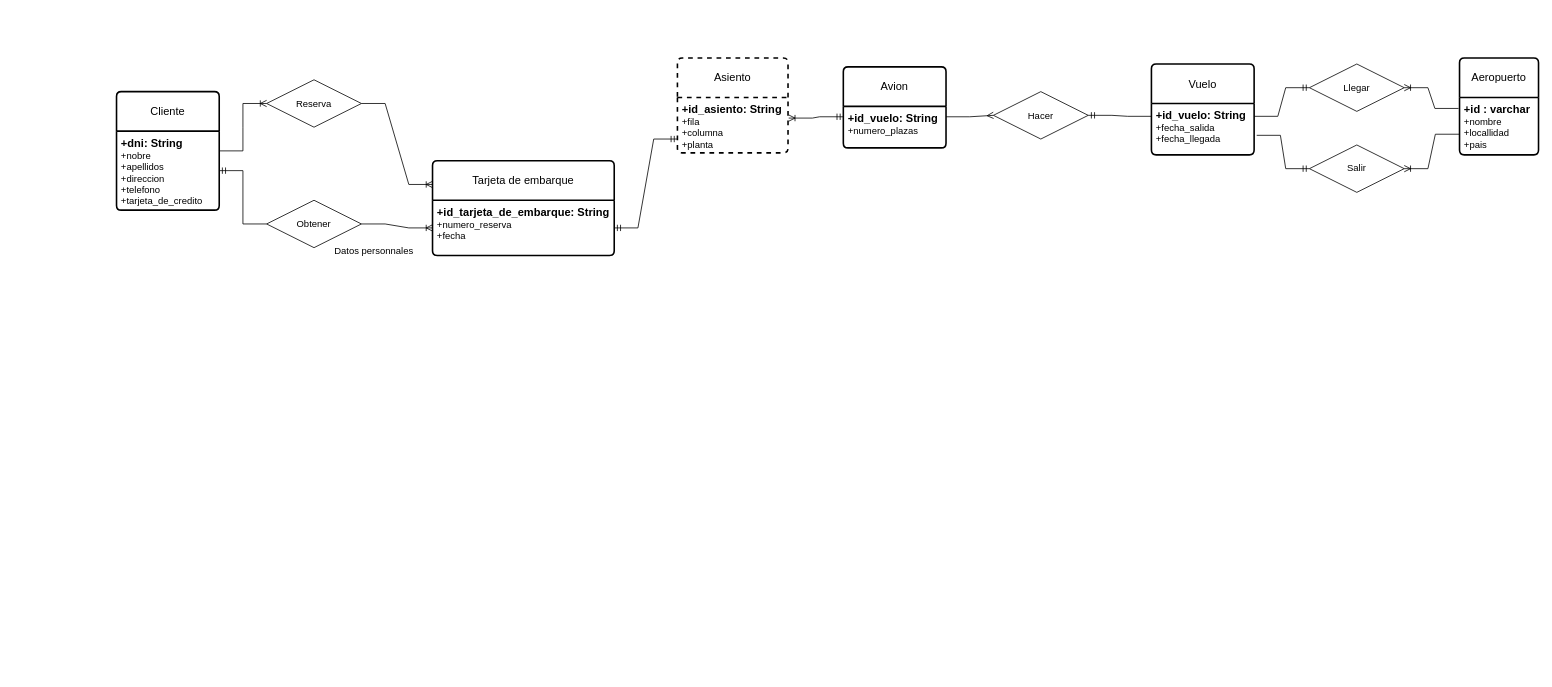
This is ejercicio8.drawio from AsierGArranz/aga-sru-sa-t-UD12DiagramaER-11102023, a draw.io file, before an edit. Source tidied: cells renumbered, new cells numbered last; positions are measured from the earlier drawing's top-left corner, leaving out a move shared by most shapes. Both pictures are drawn from the tidied source at 79%, with x=0, y=0 at pixel (116, 58).
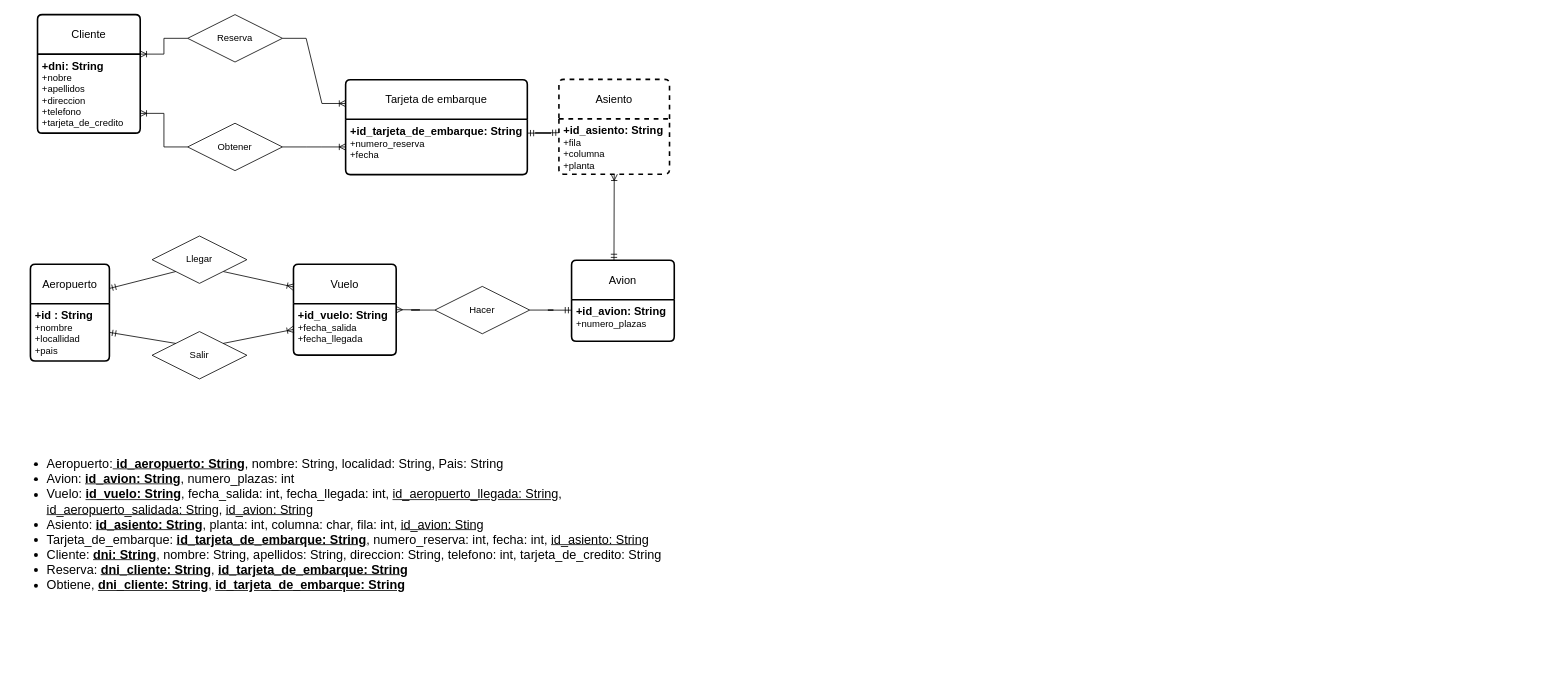
The same page after the edit.

The change refers to these unchanged cells:
```xml
<mxCell id="3" value="&lt;font style=&quot;font-size: 14px;&quot;&gt;&lt;b&gt;+dni: String&lt;/b&gt;&lt;/font&gt;&lt;br&gt;+nobre&lt;br&gt;+apellidos&lt;br&gt;+direccion&lt;br&gt;+telefono&lt;br&gt;+tarjeta_de_credito" style="align=left;strokeColor=none;fillColor=none;spacingLeft=4;fontSize=12;verticalAlign=top;html=1;" parent="2" vertex="1">
  <mxGeometry y="50" width="130" height="100" as="geometry" />
</mxCell>
<mxCell id="5" value="&lt;b&gt;&lt;font style=&quot;font-size: 14px;&quot;&gt;+id_vuelo: String&lt;/font&gt;&lt;/b&gt;&lt;br&gt;+fecha_salida&lt;br&gt;+fecha_llegada" style="align=left;strokeColor=none;fillColor=none;spacingLeft=4;fontSize=12;verticalAlign=top;html=1;" parent="4" vertex="1">
  <mxGeometry y="50" width="130" height="65" as="geometry" />
</mxCell>
<mxCell id="7" value="&lt;font style=&quot;font-size: 14px;&quot;&gt;&lt;b&gt;+id_tarjeta_de_embarque: String&lt;br&gt;&lt;/b&gt;&lt;/font&gt;+numero_reserva&lt;br&gt;+fecha" style="align=left;strokeColor=none;fillColor=none;spacingLeft=4;fontSize=12;verticalAlign=top;html=1;" parent="6" vertex="1">
  <mxGeometry y="50" width="230" height="70" as="geometry" />
</mxCell>
<mxCell id="14" value="&lt;font style=&quot;font-size: 14px;&quot;&gt;&lt;b&gt;+id_asiento: String&lt;/b&gt;&lt;/font&gt;&lt;br&gt;+fila&lt;br&gt;+columna&lt;br&gt;+planta" style="align=left;strokeColor=none;fillColor=none;spacingLeft=4;fontSize=12;verticalAlign=top;html=1;" parent="13" vertex="1">
  <mxGeometry y="50" width="140" height="70" as="geometry" />
</mxCell>
```

The edit, as a diff of the source:
```diff
@@
     <mxCell id="2" value="Cliente" style="swimlane;horizontal=1;startSize=50;rounded=1;fontSize=14;fontStyle=0;strokeWidth=2;shadow=0;dashed=0;align=center;arcSize=4;whiteSpace=wrap;html=1;" parent="1" vertex="1">
-      <mxGeometry y="42.5" width="130" height="150" as="geometry" />
+      <mxGeometry x="-100" y="-55" width="130" height="150" as="geometry" />
     </mxCell>
@@
     <mxCell id="4" value="Vuelo" style="swimlane;horizontal=1;startSize=50;rounded=1;fontSize=14;fontStyle=0;strokeWidth=2;shadow=0;dashed=0;align=center;arcSize=4;whiteSpace=wrap;html=1;" parent="1" vertex="1">
-      <mxGeometry x="1310" y="7.5" width="130" height="115" as="geometry" />
+      <mxGeometry x="224" y="261" width="130" height="115" as="geometry" />
     </mxCell>
@@
     <mxCell id="6" value="Tarjeta de embarque" style="swimlane;horizontal=1;startSize=50;rounded=1;fontSize=14;fontStyle=0;strokeWidth=2;shadow=0;dashed=0;align=center;arcSize=4;whiteSpace=wrap;html=1;" parent="1" vertex="1">
-      <mxGeometry x="400" y="130" width="230" height="120" as="geometry" />
+      <mxGeometry x="290" y="27.5" width="230" height="120" as="geometry" />
     </mxCell>
@@
     <mxCell id="8" value="Reserva" style="shape=rhombus;perimeter=rhombusPerimeter;whiteSpace=wrap;html=1;align=center;" parent="1" vertex="1">
-      <mxGeometry x="190" y="27.5" width="120" height="60" as="geometry" />
+      <mxGeometry x="90" y="-55" width="120" height="60" as="geometry" />
     </mxCell>
     <mxCell id="9" value="Obtener" style="shape=rhombus;perimeter=rhombusPerimeter;whiteSpace=wrap;html=1;align=center;" parent="1" vertex="1">
-      <mxGeometry x="190" y="180" width="120" height="60" as="geometry" />
+      <mxGeometry x="90" y="82.5" width="120" height="60" as="geometry" />
     </mxCell>
-    <mxCell id="10" style="edgeStyle=entityRelationEdgeStyle;fontSize=12;html=1;endArrow=ERoneToMany;rounded=0;exitX=1;exitY=0.25;exitDx=0;exitDy=0;entryX=0;entryY=0.5;entryDx=0;entryDy=0;" parent="1" edge="1" source="3" target="8">
+    <mxCell id="10" style="edgeStyle=entityRelationEdgeStyle;fontSize=12;html=1;endArrow=ERoneToMany;rounded=0;exitX=0;exitY=0.5;exitDx=0;exitDy=0;entryX=1;entryY=0;entryDx=0;entryDy=0;" parent="1" edge="1" source="8" target="3">
       <mxGeometry relative="1" as="geometry" />
     </mxCell>
@@
     <mxCell id="12" style="edgeStyle=entityRelationEdgeStyle;fontSize=12;html=1;endArrow=ERoneToMany;rounded=0;entryX=0;entryY=0.5;entryDx=0;entryDy=0;exitX=1;exitY=0.5;exitDx=0;exitDy=0;" parent="1" edge="1" source="9" target="7">
       <mxGeometry relative="1" as="geometry">
         <Array as="points">
-          <mxPoint x="920" y="230" />
+          <mxPoint x="820" y="132.5" />
         </Array>
       </mxGeometry>
     </mxCell>
     <mxCell id="13" value="Asiento" style="swimlane;horizontal=1;startSize=50;rounded=1;fontSize=14;fontStyle=0;strokeWidth=2;shadow=0;dashed=1;align=center;arcSize=4;whiteSpace=wrap;html=1;" parent="1" vertex="1">
-      <mxGeometry x="710" width="140" height="120" as="geometry" />
+      <mxGeometry x="560" y="27" width="140" height="120" as="geometry" />
     </mxCell>
@@
-    <mxCell id="15" style="edgeStyle=entityRelationEdgeStyle;fontSize=12;html=1;endArrow=ERoneToMany;startArrow=ERmandOne;rounded=0;entryX=1.006;entryY=0.371;entryDx=0;entryDy=0;exitX=0;exitY=0.25;exitDx=0;exitDy=0;entryPerimeter=0;" parent="1" edge="1" source="28" target="14">
+    <mxCell id="15" style="fontSize=12;html=1;endArrow=ERoneToMany;startArrow=ERmandOne;rounded=0;entryX=0.5;entryY=1;entryDx=0;entryDy=0;exitX=0.413;exitY=0.003;exitDx=0;exitDy=0;exitPerimeter=0;" parent="1" edge="1" source="27" target="14">
       <mxGeometry relative="1" as="geometry" />
     </mxCell>
-    <mxCell id="16" style="edgeStyle=entityRelationEdgeStyle;fontSize=12;html=1;endArrow=ERmandOne;startArrow=ERmandOne;rounded=0;exitX=1;exitY=0.5;exitDx=0;exitDy=0;entryX=0;entryY=0.75;entryDx=0;entryDy=0;" parent="1" edge="1" source="7" target="14">
+    <mxCell id="16" style="edgeStyle=entityRelationEdgeStyle;fontSize=12;html=1;endArrow=ERmandOne;startArrow=ERmandOne;rounded=0;entryX=0;entryY=0.25;entryDx=0;entryDy=0;exitX=1;exitY=0.25;exitDx=0;exitDy=0;" parent="1" edge="1" source="7" target="14">
       <mxGeometry relative="1" as="geometry">
         <Array as="points">
-          <mxPoint x="1170" y="110" />
-          <mxPoint x="1120" y="130" />
-          <mxPoint x="1070" y="120" />
-          <mxPoint x="1070" y="130" />
+          <mxPoint x="1140" y="110" />
+          <mxPoint x="1090" y="130" />
+          <mxPoint x="1040" y="120" />
+          <mxPoint x="1040" y="130" />
         </Array>
       </mxGeometry>
     </mxCell>
-    <mxCell id="17" style="edgeStyle=entityRelationEdgeStyle;fontSize=12;html=1;endArrow=ERmandOne;rounded=0;entryX=1;entryY=0.5;entryDx=0;entryDy=0;exitX=0;exitY=0.5;exitDx=0;exitDy=0;" parent="1" edge="1" source="9" target="3">
-      <mxGeometry relative="1" as="geometry" />
-    </mxCell>
-    <mxCell id="18" value="Datos personnales" style="text;strokeColor=none;fillColor=none;spacingLeft=4;spacingRight=4;overflow=hidden;fontSize=12;whiteSpace=wrap;html=1;" parent="1" vertex="1">
-      <mxGeometry x="270" y="230" width="120" height="30" as="geometry" />
-    </mxCell>
     <mxCell id="19" value="Aeropuerto" style="swimlane;horizontal=1;startSize=50;rounded=1;fontSize=14;fontStyle=0;strokeWidth=2;shadow=0;dashed=0;align=center;arcSize=4;whiteSpace=wrap;html=1;" parent="1" vertex="1">
-      <mxGeometry x="1700" width="100" height="122.5" as="geometry" />
+      <mxGeometry x="-109" y="261" width="100" height="122.5" as="geometry" />
     </mxCell>
-    <mxCell id="20" value="&lt;font style=&quot;font-size: 14px;&quot;&gt;&lt;b&gt;&lt;font style=&quot;&quot;&gt;+id&lt;/font&gt;&amp;nbsp;: varchar&lt;/b&gt;&lt;/font&gt;&lt;br&gt;+nombre&lt;br&gt;+locallidad&lt;br&gt;+pais" style="align=left;strokeColor=none;fillColor=none;spacingLeft=4;fontSize=12;verticalAlign=top;html=1;" parent="19" vertex="1">
+    <mxCell id="20" value="&lt;font style=&quot;font-size: 14px;&quot;&gt;&lt;b&gt;&lt;font style=&quot;&quot;&gt;+id&lt;/font&gt;&amp;nbsp;: String&lt;/b&gt;&lt;/font&gt;&lt;br&gt;+nombre&lt;br&gt;+locallidad&lt;br&gt;+pais" style="align=left;strokeColor=none;fillColor=none;spacingLeft=4;fontSize=12;verticalAlign=top;html=1;" parent="19" vertex="1">
       <mxGeometry y="50" width="100" height="72.5" as="geometry" />
     </mxCell>
-    <mxCell id="21" style="edgeStyle=entityRelationEdgeStyle;fontSize=12;html=1;endArrow=ERoneToMany;rounded=0;exitX=-0.012;exitY=0.19;exitDx=0;exitDy=0;entryX=1;entryY=0.5;entryDx=0;entryDy=0;exitPerimeter=0;" parent="1" edge="1" source="20" target="22">
+    <mxCell id="21" style="fontSize=12;html=1;endArrow=ERoneToMany;rounded=0;exitX=1;exitY=1;exitDx=0;exitDy=0;entryX=0;entryY=0.25;entryDx=0;entryDy=0;" parent="1" edge="1" source="22" target="4">
       <mxGeometry relative="1" as="geometry" />
     </mxCell>
     <mxCell id="22" value="Llegar" style="shape=rhombus;perimeter=rhombusPerimeter;whiteSpace=wrap;html=1;align=center;" parent="1" vertex="1">
-      <mxGeometry x="1510" y="7.5" width="120" height="60" as="geometry" />
+      <mxGeometry x="45" y="225.2" width="120" height="60" as="geometry" />
     </mxCell>
     <mxCell id="23" value="Salir&lt;br&gt;" style="shape=rhombus;perimeter=rhombusPerimeter;whiteSpace=wrap;html=1;align=center;" parent="1" vertex="1">
-      <mxGeometry x="1510" y="110" width="120" height="60" as="geometry" />
+      <mxGeometry x="45" y="346.2" width="120" height="60" as="geometry" />
     </mxCell>
-    <mxCell id="24" style="edgeStyle=entityRelationEdgeStyle;fontSize=12;html=1;endArrow=ERmandOne;rounded=0;entryX=0;entryY=0.5;entryDx=0;entryDy=0;exitX=1;exitY=0.25;exitDx=0;exitDy=0;" parent="1" edge="1" source="5" target="22">
-      <mxGeometry relative="1" as="geometry">
-        <Array as="points">
-          <mxPoint x="1400" y="467.5" />
-        </Array>
-      </mxGeometry>
+    <mxCell id="24" style="fontSize=12;html=1;endArrow=ERmandOne;rounded=0;entryX=1;entryY=0.25;entryDx=0;entryDy=0;exitX=0;exitY=1;exitDx=0;exitDy=0;" parent="1" edge="1" source="22" target="19">
+      <mxGeometry relative="1" as="geometry" />
     </mxCell>
-    <mxCell id="25" style="edgeStyle=entityRelationEdgeStyle;fontSize=12;html=1;endArrow=ERmandOne;rounded=0;entryX=0;entryY=0.5;entryDx=0;entryDy=0;exitX=1.025;exitY=0.62;exitDx=0;exitDy=0;exitPerimeter=0;" parent="1" edge="1" source="5" target="23">
-      <mxGeometry relative="1" as="geometry" />
-    </mxCell>
-    <mxCell id="26" style="edgeStyle=entityRelationEdgeStyle;fontSize=12;html=1;endArrow=ERoneToMany;rounded=0;exitX=-0.006;exitY=0.64;exitDx=0;exitDy=0;entryX=1;entryY=0.5;entryDx=0;entryDy=0;exitPerimeter=0;" parent="1" edge="1" source="20" target="23">
+    <mxCell id="26" style="fontSize=12;html=1;endArrow=ERoneToMany;rounded=0;exitX=1;exitY=0;exitDx=0;exitDy=0;entryX=0;entryY=0.5;entryDx=0;entryDy=0;" parent="1" edge="1" source="23" target="5">
       <mxGeometry relative="1" as="geometry" />
     </mxCell>
     <mxCell id="27" value="Avion" style="swimlane;horizontal=1;startSize=50;rounded=1;fontSize=14;fontStyle=0;strokeWidth=2;shadow=0;dashed=0;align=center;arcSize=4;whiteSpace=wrap;html=1;" parent="1" vertex="1">
-      <mxGeometry x="920" y="11.2" width="130" height="102.5" as="geometry" />
+      <mxGeometry x="576" y="256" width="130" height="102.5" as="geometry" />
     </mxCell>
-    <mxCell id="28" value="&lt;font style=&quot;font-size: 14px;&quot;&gt;&lt;b&gt;+id_vuelo: String&lt;/b&gt;&lt;/font&gt;&lt;br&gt;+numero_plazas" style="align=left;strokeColor=none;fillColor=none;spacingLeft=4;fontSize=12;verticalAlign=top;html=1;" parent="27" vertex="1">
+    <mxCell id="28" value="&lt;font style=&quot;font-size: 14px;&quot;&gt;&lt;b&gt;+id_avion: String&lt;/b&gt;&lt;/font&gt;&lt;br&gt;+numero_plazas" style="align=left;strokeColor=none;fillColor=none;spacingLeft=4;fontSize=12;verticalAlign=top;html=1;" parent="27" vertex="1">
       <mxGeometry y="50" width="130" height="52.5" as="geometry" />
     </mxCell>
     <mxCell id="29" value="Hacer" style="shape=rhombus;perimeter=rhombusPerimeter;whiteSpace=wrap;html=1;align=center;" parent="1" vertex="1">
-      <mxGeometry x="1110" y="42.5" width="120" height="60" as="geometry" />
+      <mxGeometry x="403" y="289" width="120" height="60" as="geometry" />
     </mxCell>
-    <mxCell id="30" style="edgeStyle=entityRelationEdgeStyle;fontSize=12;html=1;endArrow=ERmandOne;rounded=0;entryX=1;entryY=0.5;entryDx=0;entryDy=0;exitX=0;exitY=0.25;exitDx=0;exitDy=0;" parent="1" edge="1" source="5" target="29">
+    <mxCell id="30" style="edgeStyle=entityRelationEdgeStyle;fontSize=12;html=1;endArrow=ERmandOne;rounded=0;exitX=1;exitY=0.5;exitDx=0;exitDy=0;entryX=0;entryY=0.25;entryDx=0;entryDy=0;" parent="1" edge="1" source="29" target="28">
       <mxGeometry relative="1" as="geometry" />
     </mxCell>
-    <mxCell id="31" style="edgeStyle=entityRelationEdgeStyle;fontSize=12;html=1;endArrow=ERmany;rounded=0;entryX=0;entryY=0.5;entryDx=0;entryDy=0;exitX=1;exitY=0.25;exitDx=0;exitDy=0;" parent="1" edge="1" source="28" target="29">
+    <mxCell id="31" style="edgeStyle=entityRelationEdgeStyle;fontSize=12;html=1;endArrow=ERmany;rounded=0;entryX=1;entryY=0.5;entryDx=0;entryDy=0;exitX=0;exitY=0.5;exitDx=0;exitDy=0;" parent="1" edge="1" source="29" target="4">
       <mxGeometry relative="1" as="geometry" />
     </mxCell>
+    <mxCell id="25" style="fontSize=12;html=1;endArrow=ERmandOne;rounded=0;entryX=1;entryY=0.5;entryDx=0;entryDy=0;exitX=0;exitY=0;exitDx=0;exitDy=0;" parent="1" edge="1" source="23" target="20">
+      <mxGeometry relative="1" as="geometry" />
+    </mxCell>
+    <mxCell id="32" value="&lt;ul style=&quot;font-size: 16px;&quot;&gt;&lt;li&gt;Aeropuerto:&lt;b&gt;&lt;u&gt; id_aeropuerto: String&lt;/u&gt;&lt;/b&gt;, nombre: String, localidad: String, Pais: String&amp;nbsp;&lt;/li&gt;&lt;li&gt;Avion: &lt;b&gt;&lt;u&gt;id_avion: String&lt;/u&gt;&lt;/b&gt;, numero_plazas: int&lt;/li&gt;&lt;li&gt;Vuelo: &lt;u style=&quot;font-weight: bold;&quot;&gt;id_vuelo: String&lt;/u&gt;, fecha_salida: int, fecha_llegada: int, &lt;u&gt;id_aeropuerto_llegada: String&lt;/u&gt;,&amp;nbsp; &lt;u style=&quot;background-color: initial; border-color: var(--border-color);&quot;&gt;id_aeropuerto_salidada: String&lt;/u&gt;&lt;span style=&quot;background-color: initial;&quot;&gt;, &lt;u&gt;id_avion: String&lt;/u&gt;&lt;/span&gt;&lt;/li&gt;&lt;li style=&quot;border-color: var(--border-color);&quot;&gt;Asiento: &lt;b&gt;&lt;u&gt;id_asiento: String&lt;/u&gt;&lt;/b&gt;,&amp;nbsp;planta: int, columna: char,&amp;nbsp;fila: int, &lt;u&gt;id_avion: Sting&lt;/u&gt;&lt;/li&gt;&lt;li style=&quot;border-color: var(--border-color);&quot;&gt;Tarjeta_de_embarque:&amp;nbsp;&lt;b style=&quot;border-color: var(--border-color);&quot;&gt;&lt;u style=&quot;border-color: var(--border-color);&quot;&gt;id_tarjeta_de_embarque: String&lt;/u&gt;&lt;/b&gt;, numero_reserva: int, fecha: int,&amp;nbsp;&lt;u style=&quot;border-color: var(--border-color);&quot;&gt;id_asiento: String&lt;/u&gt;&lt;/li&gt;&lt;li&gt;Cliente: &lt;b&gt;&lt;u&gt;dni: String&lt;/u&gt;&lt;/b&gt;, nombre: String, apellidos: String, direccion: String, telefono: int, tarjeta_de_credito: String&lt;/li&gt;&lt;li&gt;Reserva: &lt;b&gt;&lt;u&gt;dni_cliente: String&lt;/u&gt;&lt;/b&gt;,&amp;nbsp;&lt;b style=&quot;border-color: var(--border-color);&quot;&gt;&lt;u style=&quot;border-color: var(--border-color);&quot;&gt;id_tarjeta_de_embarque: String&lt;/u&gt;&lt;/b&gt;&lt;/li&gt;&lt;li&gt;Obtiene,&amp;nbsp;&lt;b style=&quot;border-color: var(--border-color);&quot;&gt;&lt;u style=&quot;border-color: var(--border-color);&quot;&gt;dni_cliente: String&lt;/u&gt;&lt;/b&gt;,&amp;nbsp;&lt;b style=&quot;border-color: var(--border-color);&quot;&gt;&lt;u style=&quot;border-color: var(--border-color);&quot;&gt;id_tarjeta_de_embarque: String&lt;/u&gt;&lt;/b&gt;&lt;/li&gt;&lt;/ul&gt;" style="text;strokeColor=none;fillColor=none;html=1;whiteSpace=wrap;verticalAlign=middle;overflow=hidden;" parent="1" vertex="1">
+      <mxGeometry x="-130" y="400" width="840" height="380" as="geometry" />
+    </mxCell>
+    <mxCell id="17" style="edgeStyle=entityRelationEdgeStyle;fontSize=12;html=1;endArrow=ERoneToMany;rounded=0;exitX=0;exitY=0.5;exitDx=0;exitDy=0;entryX=1;entryY=0.75;entryDx=0;entryDy=0;" parent="1" edge="1" source="9" target="3">
+      <mxGeometry relative="1" as="geometry" />
+    </mxCell>
```
